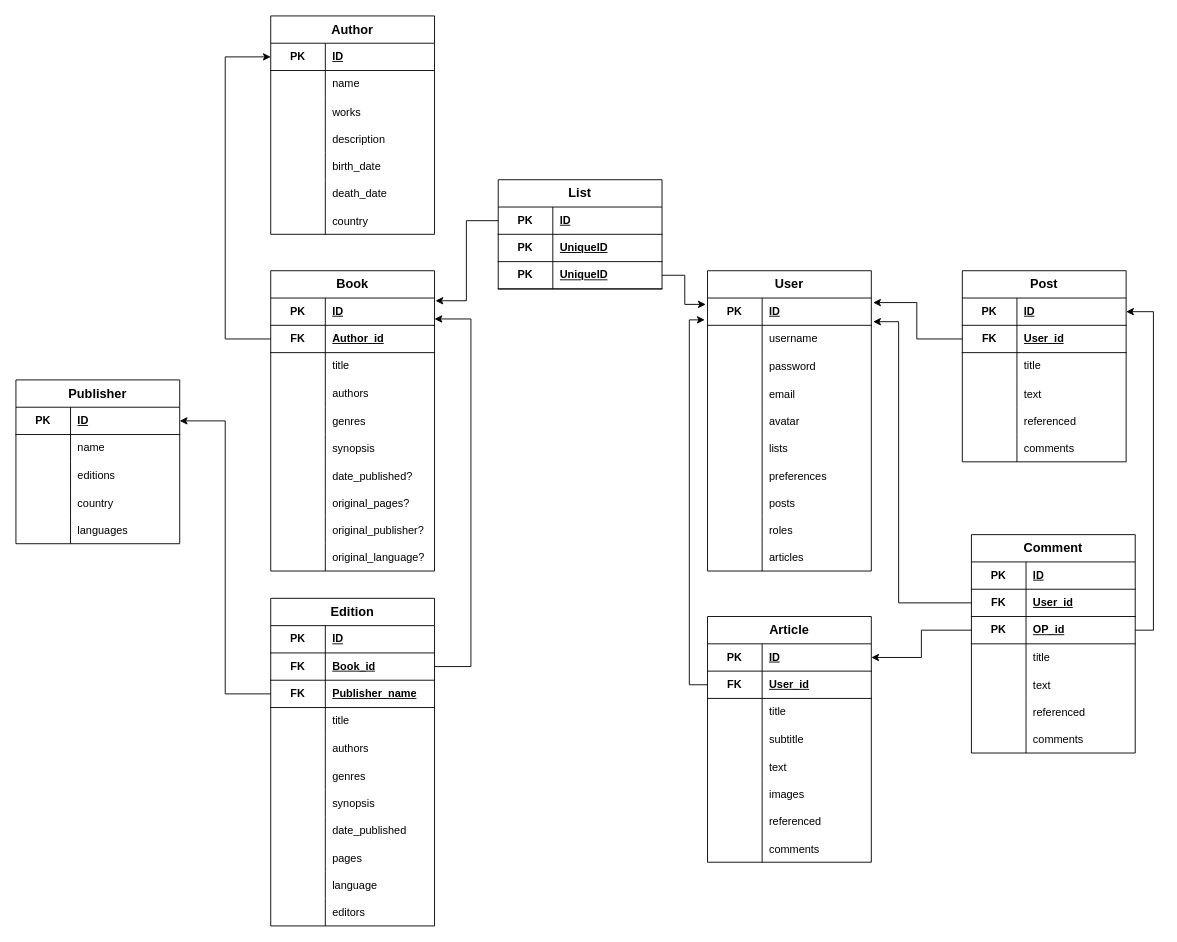
This is documentation/diagrams/MR-diagram-v1.drawio from jaimelgc/newreads, a draw.io file, before an edit. Source tidied: cells renumbered, new cells numbered last; positions are measured from the earlier drawing's top-left corner, leaving out a move shared by most shapes. Both pictures are drawn from the tidied source at 91%, with x=0, y=0 at pixel (15, 15).
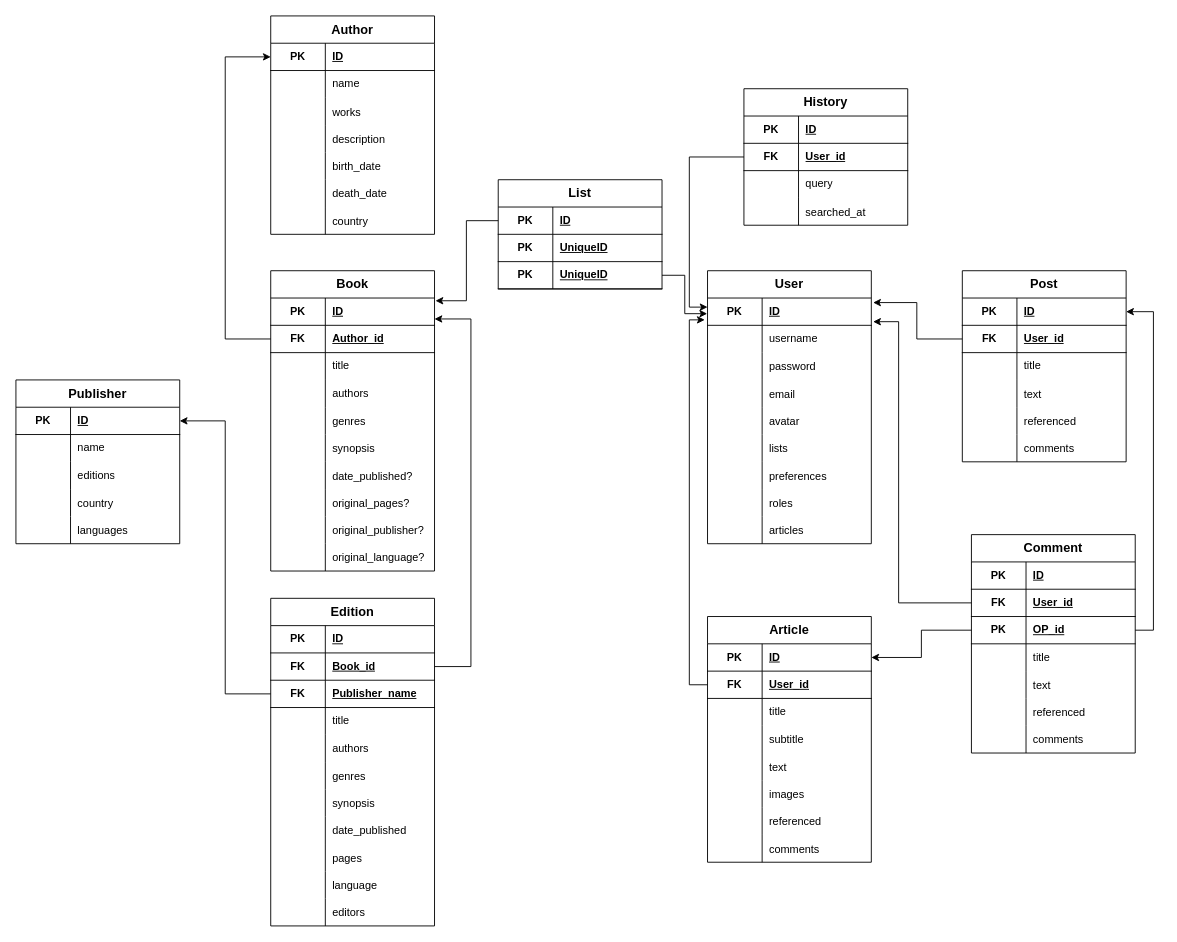
Above is the later version.

Unchanged cells that the change refers to:
```xml
<mxCell id="56" style="shape=tableRow;horizontal=0;startSize=0;swimlaneHead=0;swimlaneBody=0;fillColor=none;points=[[0,0.5],[1,0.5]];portConstraint=eastwest;top=0;left=0;right=0;bottom=1;html=1;" parent="55" vertex="1">
  <mxGeometry y="30" width="180" height="30" as="geometry" />
</mxCell>
<mxCell id="213" style="shape=tableRow;horizontal=0;startSize=0;swimlaneHead=0;swimlaneBody=0;fillColor=none;points=[[0,0.5],[1,0.5]];portConstraint=eastwest;top=0;left=0;right=0;bottom=1;" parent="206" vertex="1">
  <mxGeometry y="90" width="180" height="30" as="geometry" />
</mxCell>
```

Change to the diagram source:
```diff
@@
     <mxCell id="55" value="User" style="shape=table;startSize=30;childLayout=tableLayout;rowLines=0;fontStyle=1;align=center;html=1;whiteSpace=wrap;fontSize=14;" parent="1" vertex="1">
-      <mxGeometry x="760" y="280" width="180" height="330" as="geometry" />
+      <mxGeometry x="760" y="280" width="180" height="300" as="geometry" />
     </mxCell>
@@
-    <mxCell id="77" style="shape=tableRow;horizontal=0;startSize=0;swimlaneHead=0;swimlaneBody=0;fillColor=none;top=0;left=0;right=0;bottom=0;" parent="55" vertex="1">
-      <mxGeometry y="240" width="180" height="30" as="geometry" />
-    </mxCell>
-    <mxCell id="78" style="shape=partialRectangle;fillColor=none;top=0;left=0;bottom=0;right=0;overflow=hidden;" parent="77" vertex="1">
-      <mxGeometry width="60" height="30" as="geometry" />
-    </mxCell>
-    <mxCell id="79" value="posts" style="shape=partialRectangle;fillColor=none;top=0;left=0;bottom=0;right=0;align=left;spacingLeft=6;overflow=hidden;" parent="77" vertex="1">
-      <mxGeometry x="60" width="120" height="30" as="geometry" />
-    </mxCell>
     <mxCell id="80" style="shape=tableRow;horizontal=0;startSize=0;swimlaneHead=0;swimlaneBody=0;fillColor=none;top=0;left=0;right=0;bottom=0;" parent="55" vertex="1">
-      <mxGeometry y="270" width="180" height="30" as="geometry" />
+      <mxGeometry y="240" width="180" height="30" as="geometry" />
     </mxCell>
@@
     <mxCell id="83" style="shape=tableRow;horizontal=0;startSize=0;swimlaneHead=0;swimlaneBody=0;fillColor=none;top=0;left=0;right=0;bottom=0;" parent="55" vertex="1">
-      <mxGeometry y="300" width="180" height="30" as="geometry" />
+      <mxGeometry y="270" width="180" height="30" as="geometry" />
     </mxCell>
@@
-    <mxCell id="218" style="edgeStyle=orthogonalEdgeStyle;rounded=0;jettySize=auto;html=1;entryX=-0.011;entryY=0.233;entryDx=0;entryDy=0;entryPerimeter=0;" parent="1" edge="1" source="213" target="56">
-      <mxGeometry relative="1" as="geometry" />
+    <mxCell id="218" style="edgeStyle=orthogonalEdgeStyle;rounded=0;jettySize=auto;html=1;entryX=-0.002;entryY=0.574;entryDx=0;entryDy=0;entryPerimeter=0;" parent="1" edge="1" source="213" target="56">
+      <mxGeometry relative="1" as="geometry">
+        <Array as="points">
+          <mxPoint x="735" y="285" />
+          <mxPoint x="735" y="327" />
+          <mxPoint x="760" y="327" />
+        </Array>
+      </mxGeometry>
     </mxCell>
@@
+    <mxCell id="222" value="History" style="shape=table;startSize=30;childLayout=tableLayout;rowLines=0;fontStyle=1;align=center;html=1;whiteSpace=wrap;fontSize=14;" parent="1" vertex="1">
+      <mxGeometry x="800" y="80" width="180" height="150" as="geometry" />
+    </mxCell>
+    <mxCell id="223" style="shape=tableRow;horizontal=0;startSize=0;swimlaneHead=0;swimlaneBody=0;fillColor=none;top=0;left=0;right=0;bottom=1;html=1;" parent="222" vertex="1">
+      <mxGeometry y="30" width="180" height="30" as="geometry" />
+    </mxCell>
+    <mxCell id="224" value="&lt;div&gt;PK&lt;/div&gt;" style="shape=partialRectangle;fillColor=none;top=0;left=0;bottom=0;right=0;fontStyle=1;overflow=hidden;html=1;whiteSpace=wrap;" parent="223" vertex="1">
+      <mxGeometry width="60" height="30" as="geometry" />
+    </mxCell>
+    <mxCell id="225" value="ID" style="shape=partialRectangle;fillColor=none;top=0;left=0;bottom=0;right=0;align=left;spacingLeft=6;fontStyle=5;overflow=hidden;html=1;whiteSpace=wrap;" parent="223" vertex="1">
+      <mxGeometry x="60" width="120" height="30" as="geometry" />
+    </mxCell>
+    <mxCell id="226" style="shape=tableRow;horizontal=0;startSize=0;swimlaneHead=0;swimlaneBody=0;fillColor=none;points=[[0,0.5],[1,0.5]];portConstraint=eastwest;top=0;left=0;right=0;bottom=1;html=1;" parent="222" vertex="1">
+      <mxGeometry y="60" width="180" height="30" as="geometry" />
+    </mxCell>
+    <mxCell id="227" value="FK" style="shape=partialRectangle;fillColor=none;top=0;left=0;bottom=0;right=0;fontStyle=1;overflow=hidden;html=1;whiteSpace=wrap;" parent="226" vertex="1">
+      <mxGeometry width="60" height="30" as="geometry" />
+    </mxCell>
+    <mxCell id="228" value="User_id" style="shape=partialRectangle;fillColor=none;top=0;left=0;bottom=0;right=0;align=left;spacingLeft=6;fontStyle=5;overflow=hidden;html=1;whiteSpace=wrap;" parent="226" vertex="1">
+      <mxGeometry x="60" width="120" height="30" as="geometry" />
+    </mxCell>
+    <mxCell id="229" style="shape=tableRow;horizontal=0;startSize=0;swimlaneHead=0;swimlaneBody=0;fillColor=none;top=0;left=0;right=0;bottom=0;html=1;" parent="222" vertex="1">
+      <mxGeometry y="90" width="180" height="30" as="geometry" />
+    </mxCell>
+    <mxCell id="230" style="shape=partialRectangle;fillColor=none;top=0;left=0;bottom=0;right=0;overflow=hidden;html=1;whiteSpace=wrap;" parent="229" vertex="1">
+      <mxGeometry width="60" height="30" as="geometry" />
+    </mxCell>
+    <mxCell id="231" value="query" style="shape=partialRectangle;fillColor=none;top=0;left=0;bottom=0;right=0;align=left;spacingLeft=6;overflow=hidden;html=1;whiteSpace=wrap;" parent="229" vertex="1">
+      <mxGeometry x="60" width="120" height="30" as="geometry" />
+    </mxCell>
+    <mxCell id="232" style="shape=tableRow;horizontal=0;startSize=0;swimlaneHead=0;swimlaneBody=0;fillColor=none;top=0;left=0;right=0;bottom=0;" parent="222" vertex="1">
+      <mxGeometry y="120" width="180" height="30" as="geometry" />
+    </mxCell>
+    <mxCell id="78" style="shape=partialRectangle;fillColor=none;top=0;left=0;bottom=0;right=0;overflow=hidden;" parent="232" vertex="1">
+      <mxGeometry width="60" height="30" as="geometry" />
+    </mxCell>
+    <mxCell id="233" value="searched_at" style="shape=partialRectangle;fillColor=none;top=0;left=0;bottom=0;right=0;align=left;spacingLeft=6;overflow=hidden;" parent="232" vertex="1">
+      <mxGeometry x="60" width="120" height="30" as="geometry" />
+    </mxCell>
+    <mxCell id="234" style="edgeStyle=orthogonalEdgeStyle;rounded=0;jettySize=auto;html=1;entryX=0;entryY=0.333;entryDx=0;entryDy=0;entryPerimeter=0;" parent="1" edge="1" source="226" target="56">
+      <mxGeometry relative="1" as="geometry" />
+    </mxCell>
```
